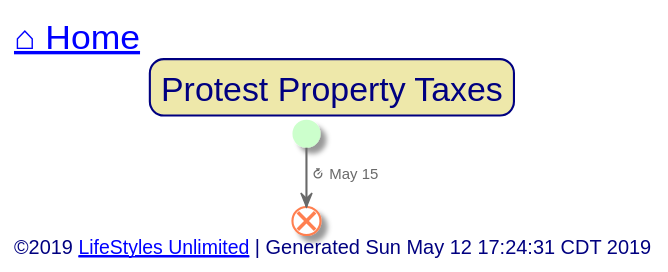
toddmo/lifestylesunlimited keeps this PlantUML diagram as out/src/single-family/protest-property-taxes.svg. Above is the earlier version.
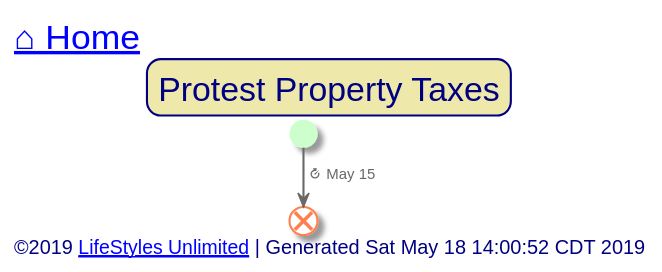
The same diagram one commit later.

Change to the diagram source:
```diff
@@ -88,7 +88,7 @@
 
 
 left footer
-	<font size=14>©2019 [[http://www.lifestylesunlimited.com LifeStyles Unlimited]] | Generated Sun May 12 17:24:31 CDT 2019</font>
+	<font size=14>©2019 [[http://www.lifestylesunlimited.com LifeStyles Unlimited]] | Generated Sat May 18 14:00:52 CDT 2019</font>
 endfooter
 
 
```
